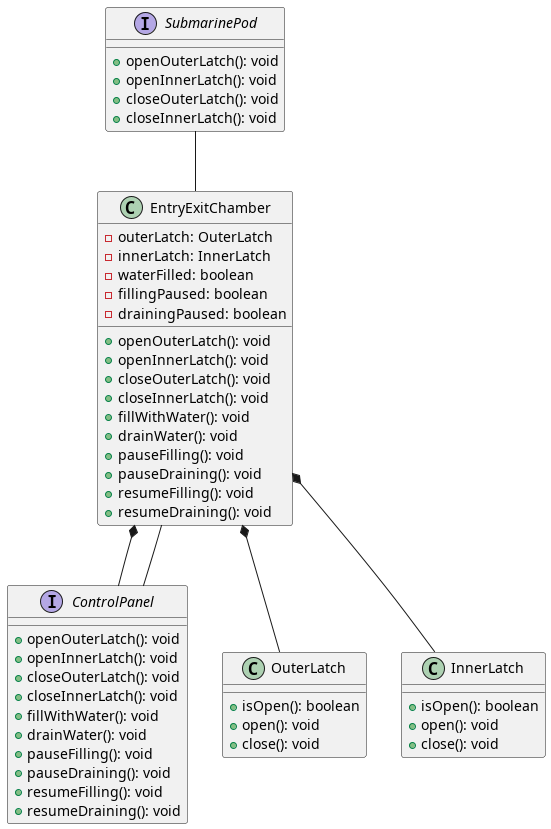
This is class-activity/class_diagram.png from PraneethJain/DASS, a PlantUML export, as it was before one commit.
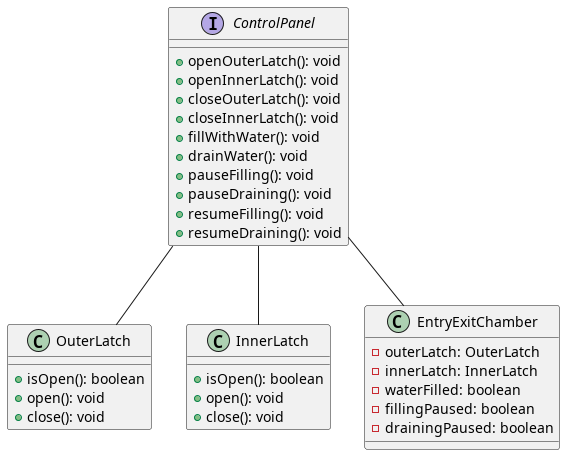
After the commit.

Commit message:
fix: access only from control panel

Diff of the diagram source:
```diff
@@ -1,11 +1,4 @@
 @startuml
-
-interface SubmarinePod {
-    + openOuterLatch(): void
-    + openInnerLatch(): void
-    + closeOuterLatch(): void
-    + closeInnerLatch(): void
-}
 
 interface ControlPanel {
     + openOuterLatch(): void
@@ -38,23 +31,10 @@
     - waterFilled: boolean
     - fillingPaused: boolean
     - drainingPaused: boolean
-    + openOuterLatch(): void
-    + openInnerLatch(): void
-    + closeOuterLatch(): void
-    + closeInnerLatch(): void
-    + fillWithWater(): void
-    + drainWater(): void
-    + pauseFilling(): void
-    + pauseDraining(): void
-    + resumeFilling(): void
-    + resumeDraining(): void
 }
 
-SubmarinePod -- EntryExitChamber
+ControlPanel -- OuterLatch
+ControlPanel -- InnerLatch
 ControlPanel -- EntryExitChamber
 
-EntryExitChamber *-- ControlPanel
-EntryExitChamber *-- OuterLatch
-EntryExitChamber *-- InnerLatch
-
 @enduml
```
